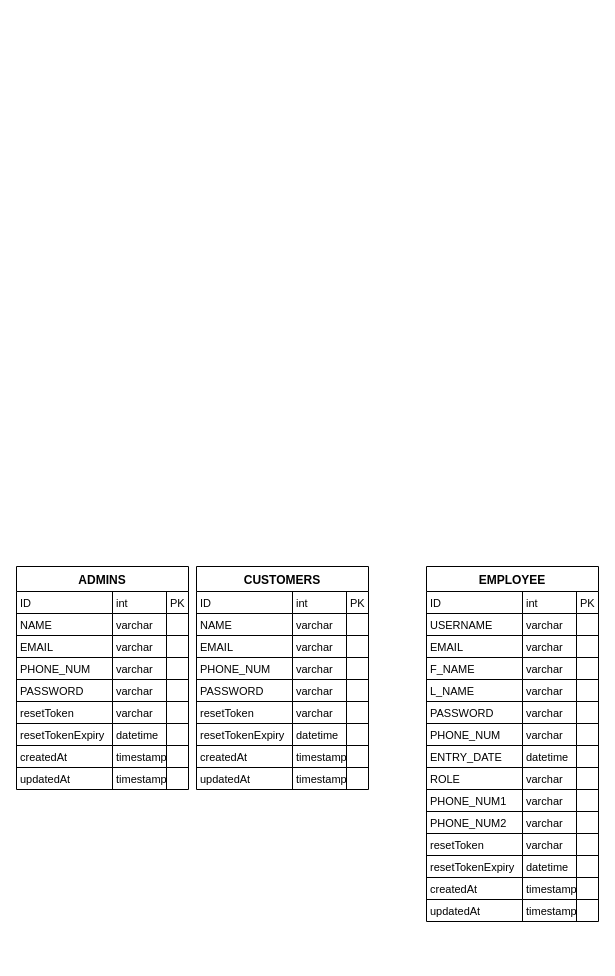
This is DB.drawio from VenujaVP/ClothingStore-AdminDashboard, a draw.io file, before an edit. Source tidied: cells renumbered, new cells numbered last; positions are measured from the earlier drawing's top-left corner, leaving out a move shared by most shapes. Both pictures are drawn from the tidied source at 100%, with x=0, y=0 at pixel (16, 566).
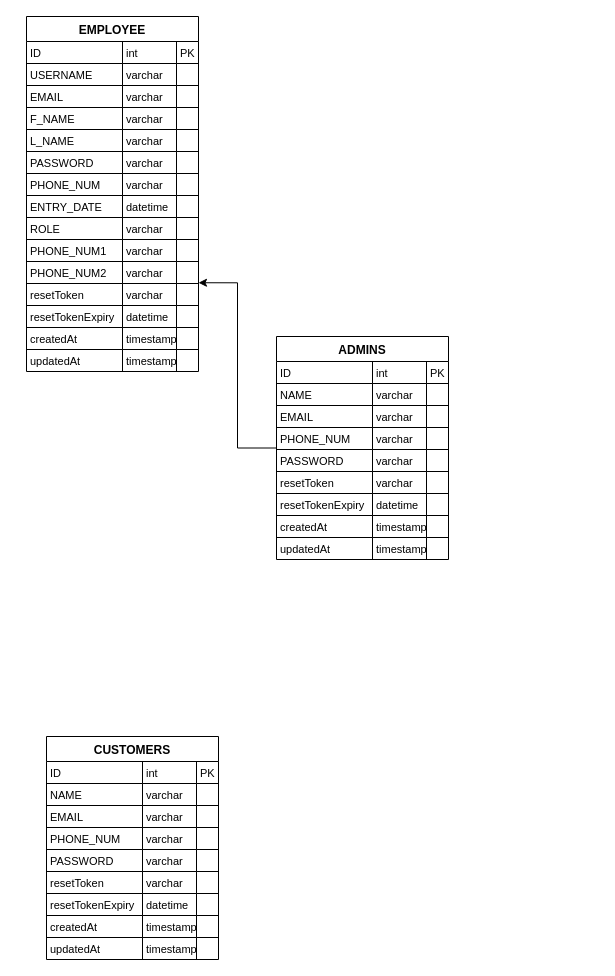
The same diagram, later.

Diff of the diagram source:
```diff
@@
     <mxCell id="2" value="CUSTOMERS" style="shape=table;startSize=25;childLayout=tableLayout;rowLines=1;fontStyle=1;align=center;" parent="1" vertex="1">
-      <mxGeometry x="180" width="172" height="223" as="geometry" />
+      <mxGeometry x="30" y="170" width="172" height="223" as="geometry" />
     </mxCell>
@@
     <mxCell id="39" value="EMPLOYEE" style="shape=table;startSize=25;childLayout=tableLayout;rowLines=1;fontStyle=1;align=center;" parent="1" vertex="1">
-      <mxGeometry x="410" width="172" height="355" as="geometry" />
+      <mxGeometry x="10" y="-550" width="172" height="355" as="geometry" />
     </mxCell>
@@
+    <mxCell id="137" style="edgeStyle=orthogonalEdgeStyle;rounded=0;jettySize=auto;html=1;entryX=1;entryY=0.75;entryDx=0;entryDy=0;" parent="1" edge="1" source="100" target="39">
+      <mxGeometry relative="1" as="geometry" />
+    </mxCell>
     <mxCell id="100" value="ADMINS" style="shape=table;startSize=25;childLayout=tableLayout;rowLines=1;fontStyle=1;align=center;" parent="1" vertex="1">
-      <mxGeometry width="172" height="223" as="geometry" />
+      <mxGeometry x="260" y="-230" width="172" height="223" as="geometry" />
     </mxCell>
```
